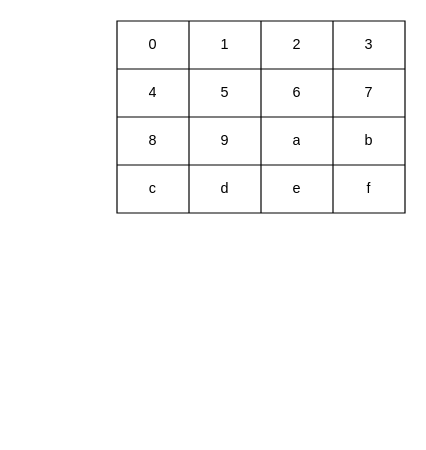
chipsalliance/t1 keeps this draw.io diagram as page "lane_reg" (7 of 9) of v/doc/rvv.drawio. Above is the earlier version. Source tidied: cells renumbered, new cells numbered last; positions are measured from the earlier drawing's top-left corner, leaving out a move shared by most shapes. Both pictures are drawn from the tidied source at 120%, with x=0, y=0 at pixel (116, 20).
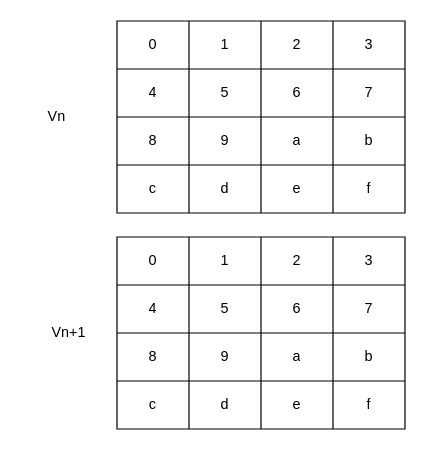
Above is the later version.

Diff of the diagram source:
```diff
@@
+    <mxCell id="23" style="shape=table;html=1;whiteSpace=wrap;startSize=0;childLayout=tableLayout;" parent="1" vertex="1">
+      <mxGeometry y="180" width="240" height="160" as="geometry" />
+    </mxCell>
+    <mxCell id="24" style="shape=tableRow;horizontal=0;startSize=0;swimlaneHead=0;swimlaneBody=0;top=0;left=0;bottom=0;right=0;fillColor=none;" parent="23" vertex="1">
+      <mxGeometry width="240" height="40" as="geometry" />
+    </mxCell>
+    <mxCell id="25" value="0" style="shape=partialRectangle;html=1;whiteSpace=wrap;fillColor=none;top=0;left=0;bottom=0;right=0;overflow=hidden;" parent="24" vertex="1">
+      <mxGeometry width="60" height="40" as="geometry" />
+    </mxCell>
+    <mxCell id="26" value="1" style="shape=partialRectangle;html=1;whiteSpace=wrap;fillColor=none;top=0;left=0;bottom=0;right=0;overflow=hidden;" parent="24" vertex="1">
+      <mxGeometry x="60" width="60" height="40" as="geometry" />
+    </mxCell>
+    <mxCell id="27" value="2" style="shape=partialRectangle;html=1;whiteSpace=wrap;fillColor=none;top=0;left=0;bottom=0;right=0;overflow=hidden;" parent="24" vertex="1">
+      <mxGeometry x="120" width="60" height="40" as="geometry" />
+    </mxCell>
+    <mxCell id="28" value="3" style="shape=partialRectangle;html=1;whiteSpace=wrap;fillColor=none;top=0;left=0;bottom=0;right=0;overflow=hidden;" parent="24" vertex="1">
+      <mxGeometry x="180" width="60" height="40" as="geometry" />
+    </mxCell>
+    <mxCell id="29" style="shape=tableRow;horizontal=0;startSize=0;swimlaneHead=0;swimlaneBody=0;top=0;left=0;bottom=0;right=0;fillColor=none;" parent="23" vertex="1">
+      <mxGeometry y="40" width="240" height="40" as="geometry" />
+    </mxCell>
+    <mxCell id="30" value="4" style="shape=partialRectangle;html=1;whiteSpace=wrap;fillColor=none;top=0;left=0;bottom=0;right=0;overflow=hidden;" parent="29" vertex="1">
+      <mxGeometry width="60" height="40" as="geometry" />
+    </mxCell>
+    <mxCell id="31" value="5" style="shape=partialRectangle;html=1;whiteSpace=wrap;fillColor=none;top=0;left=0;bottom=0;right=0;overflow=hidden;" parent="29" vertex="1">
+      <mxGeometry x="60" width="60" height="40" as="geometry" />
+    </mxCell>
+    <mxCell id="32" value="6" style="shape=partialRectangle;html=1;whiteSpace=wrap;fillColor=none;top=0;left=0;bottom=0;right=0;overflow=hidden;" parent="29" vertex="1">
+      <mxGeometry x="120" width="60" height="40" as="geometry" />
+    </mxCell>
+    <mxCell id="33" value="7" style="shape=partialRectangle;html=1;whiteSpace=wrap;fillColor=none;top=0;left=0;bottom=0;right=0;overflow=hidden;" parent="29" vertex="1">
+      <mxGeometry x="180" width="60" height="40" as="geometry" />
+    </mxCell>
+    <mxCell id="34" style="shape=tableRow;horizontal=0;startSize=0;swimlaneHead=0;swimlaneBody=0;top=0;left=0;bottom=0;right=0;fillColor=none;" parent="23" vertex="1">
+      <mxGeometry y="80" width="240" height="40" as="geometry" />
+    </mxCell>
+    <mxCell id="35" value="8" style="shape=partialRectangle;html=1;whiteSpace=wrap;fillColor=none;top=0;left=0;bottom=0;right=0;overflow=hidden;" parent="34" vertex="1">
+      <mxGeometry width="60" height="40" as="geometry" />
+    </mxCell>
+    <mxCell id="36" value="9" style="shape=partialRectangle;html=1;whiteSpace=wrap;fillColor=none;top=0;left=0;bottom=0;right=0;overflow=hidden;" parent="34" vertex="1">
+      <mxGeometry x="60" width="60" height="40" as="geometry" />
+    </mxCell>
+    <mxCell id="37" value="a" style="shape=partialRectangle;html=1;whiteSpace=wrap;fillColor=none;top=0;left=0;bottom=0;right=0;overflow=hidden;" parent="34" vertex="1">
+      <mxGeometry x="120" width="60" height="40" as="geometry" />
+    </mxCell>
+    <mxCell id="38" value="b" style="shape=partialRectangle;html=1;whiteSpace=wrap;fillColor=none;top=0;left=0;bottom=0;right=0;overflow=hidden;" parent="34" vertex="1">
+      <mxGeometry x="180" width="60" height="40" as="geometry" />
+    </mxCell>
+    <mxCell id="39" style="shape=tableRow;horizontal=0;startSize=0;swimlaneHead=0;swimlaneBody=0;top=0;left=0;bottom=0;right=0;fillColor=none;" parent="23" vertex="1">
+      <mxGeometry y="120" width="240" height="40" as="geometry" />
+    </mxCell>
+    <mxCell id="40" value="c" style="shape=partialRectangle;html=1;whiteSpace=wrap;fillColor=none;top=0;left=0;bottom=0;right=0;overflow=hidden;" parent="39" vertex="1">
+      <mxGeometry width="60" height="40" as="geometry" />
+    </mxCell>
+    <mxCell id="41" value="d" style="shape=partialRectangle;html=1;whiteSpace=wrap;fillColor=none;top=0;left=0;bottom=0;right=0;overflow=hidden;" parent="39" vertex="1">
+      <mxGeometry x="60" width="60" height="40" as="geometry" />
+    </mxCell>
+    <mxCell id="42" value="e" style="shape=partialRectangle;html=1;whiteSpace=wrap;fillColor=none;top=0;left=0;bottom=0;right=0;overflow=hidden;" parent="39" vertex="1">
+      <mxGeometry x="120" width="60" height="40" as="geometry" />
+    </mxCell>
+    <mxCell id="43" value="f" style="shape=partialRectangle;html=1;whiteSpace=wrap;fillColor=none;top=0;left=0;bottom=0;right=0;overflow=hidden;" parent="39" vertex="1">
+      <mxGeometry x="180" width="60" height="40" as="geometry" />
+    </mxCell>
+    <mxCell id="44" value="Vn" style="text;html=1;strokeColor=none;fillColor=none;align=center;verticalAlign=middle;whiteSpace=wrap;rounded=0;fontSize=12;" parent="1" vertex="1">
+      <mxGeometry x="-80" y="65" width="60" height="30" as="geometry" />
+    </mxCell>
+    <mxCell id="45" value="Vn+1" style="text;html=1;strokeColor=none;fillColor=none;align=center;verticalAlign=middle;whiteSpace=wrap;rounded=0;fontSize=12;" parent="1" vertex="1">
+      <mxGeometry x="-70" y="245" width="60" height="30" as="geometry" />
+    </mxCell>
```
